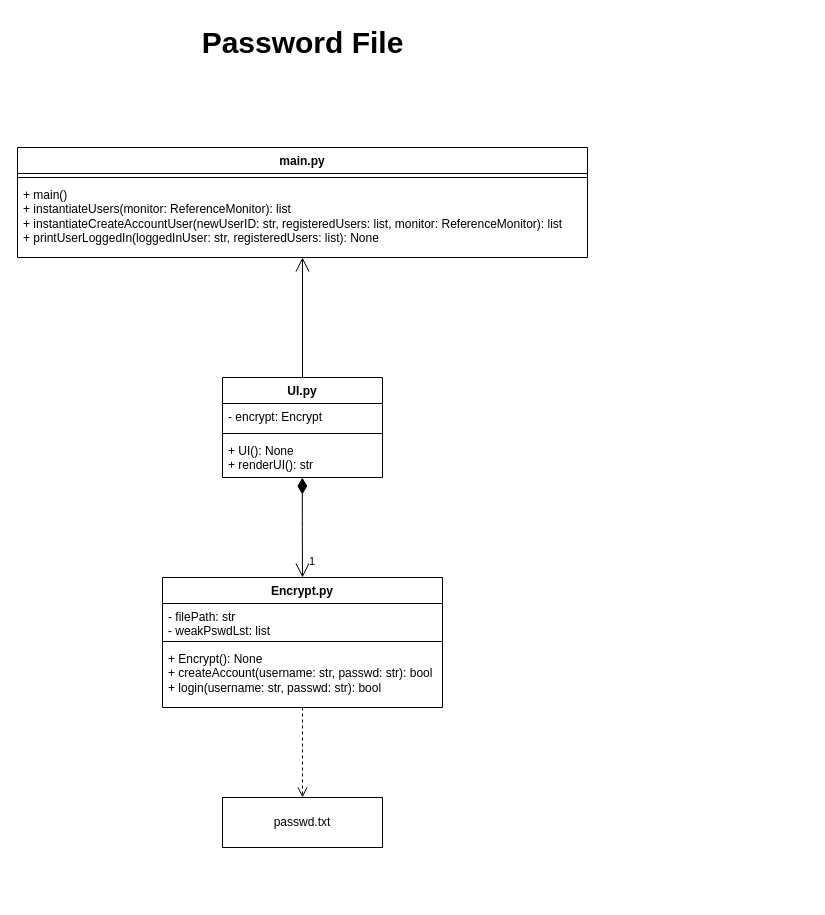
Above: Encrypt.drawio.drawio in NathanMacDiarmid/SYSC4810 (draw.io), before the change. Source tidied: cells renumbered, new cells numbered last; positions are measured from the earlier drawing's top-left corner, leaving out a move shared by most shapes. Both pictures are drawn from the tidied source at 100%, with x=0, y=0 at pixel (17, 17).
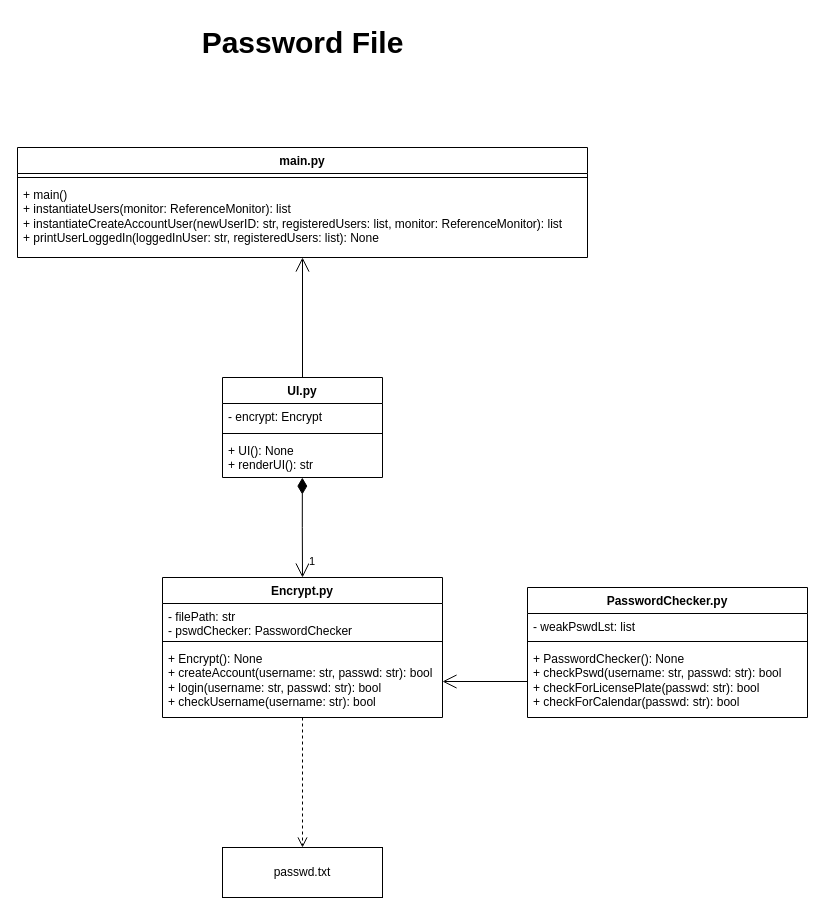
After the change.

What changed in the source:
```diff
@@
     <mxCell id="5" value="Encrypt.py" style="swimlane;fontStyle=1;align=center;verticalAlign=top;horizontal=1;startSize=26;whiteSpace=wrap;html=1;" parent="1" vertex="1">
-      <mxGeometry x="145" y="560" width="280" height="130" as="geometry" />
+      <mxGeometry x="145" y="560" width="280" height="140" as="geometry" />
     </mxCell>
-    <mxCell id="6" value="- filePath: str&lt;br&gt;- weakPswdLst: list" style="text;strokeColor=none;fillColor=none;align=left;verticalAlign=top;spacingLeft=4;spacingRight=4;overflow=hidden;whiteSpace=wrap;html=1;" parent="5" vertex="1">
+    <mxCell id="6" value="- filePath: str&lt;br&gt;- pswdChecker: PasswordChecker" style="text;strokeColor=none;fillColor=none;align=left;verticalAlign=top;spacingLeft=4;spacingRight=4;overflow=hidden;whiteSpace=wrap;html=1;" parent="5" vertex="1">
       <mxGeometry y="26" width="280" height="34" as="geometry" />
     </mxCell>
@@
-    <mxCell id="8" value="+ Encrypt(): None&lt;br&gt;+ createAccount(username: str, passwd: str): bool&lt;br&gt;+ login(username: str, passwd: str): bool" style="text;strokeColor=none;fillColor=none;align=left;verticalAlign=top;spacingLeft=4;spacingRight=4;overflow=hidden;points=[[0,0.5],[1,0.5]];portConstraint=eastwest;whiteSpace=wrap;html=1;" parent="5" vertex="1">
-      <mxGeometry y="68" width="280" height="62" as="geometry" />
+    <mxCell id="8" value="+ Encrypt(): None&lt;br&gt;+ createAccount(username: str, passwd: str): bool&lt;br&gt;+ login(username: str, passwd: str): bool&lt;br&gt;+ checkUsername(username: str): bool" style="text;strokeColor=none;fillColor=none;align=left;verticalAlign=top;spacingLeft=4;spacingRight=4;overflow=hidden;points=[[0,0.5],[1,0.5]];portConstraint=eastwest;whiteSpace=wrap;html=1;" parent="5" vertex="1">
+      <mxGeometry y="68" width="280" height="72" as="geometry" />
     </mxCell>
@@
     <mxCell id="13" value="passwd.txt" style="html=1;whiteSpace=wrap;" parent="1" vertex="1">
-      <mxGeometry x="205" y="780" width="160" height="50" as="geometry" />
+      <mxGeometry x="205" y="830" width="160" height="50" as="geometry" />
     </mxCell>
@@
+    <mxCell id="18" value="PasswordChecker.py" style="swimlane;fontStyle=1;align=center;verticalAlign=top;horizontal=1;startSize=26;whiteSpace=wrap;html=1;" parent="1" vertex="1">
+      <mxGeometry x="510" y="570" width="280" height="130" as="geometry" />
+    </mxCell>
+    <mxCell id="19" value="- weakPswdLst: list" style="text;strokeColor=none;fillColor=none;align=left;verticalAlign=top;spacingLeft=4;spacingRight=4;overflow=hidden;whiteSpace=wrap;html=1;" parent="18" vertex="1">
+      <mxGeometry y="26" width="280" height="24" as="geometry" />
+    </mxCell>
+    <mxCell id="20" style="line;strokeWidth=1;fillColor=none;align=left;verticalAlign=middle;spacingTop=-1;spacingLeft=3;spacingRight=3;labelPosition=right;strokeColor=inherit;" parent="18" vertex="1">
+      <mxGeometry y="50" width="280" height="8" as="geometry" />
+    </mxCell>
+    <mxCell id="21" value="+ PasswordChecker(): None&lt;br&gt;+ checkPswd(username: str, passwd: str): bool&lt;br&gt;+ checkForLicensePlate(passwd: str): bool&lt;br&gt;+ checkForCalendar(passwd: str): bool" style="text;strokeColor=none;fillColor=none;align=left;verticalAlign=top;spacingLeft=4;spacingRight=4;overflow=hidden;points=[[0,0.5],[1,0.5]];portConstraint=eastwest;whiteSpace=wrap;html=1;" parent="18" vertex="1">
+      <mxGeometry y="58" width="280" height="72" as="geometry" />
+    </mxCell>
+    <mxCell id="22" style="endArrow=open;endFill=1;endSize=12;html=1;rounded=0;exitX=0;exitY=0.5;exitDx=0;exitDy=0;entryX=1;entryY=0.5;entryDx=0;entryDy=0;" parent="1" edge="1" source="21" target="8">
+      <mxGeometry relative="1" as="geometry" />
+    </mxCell>
```
